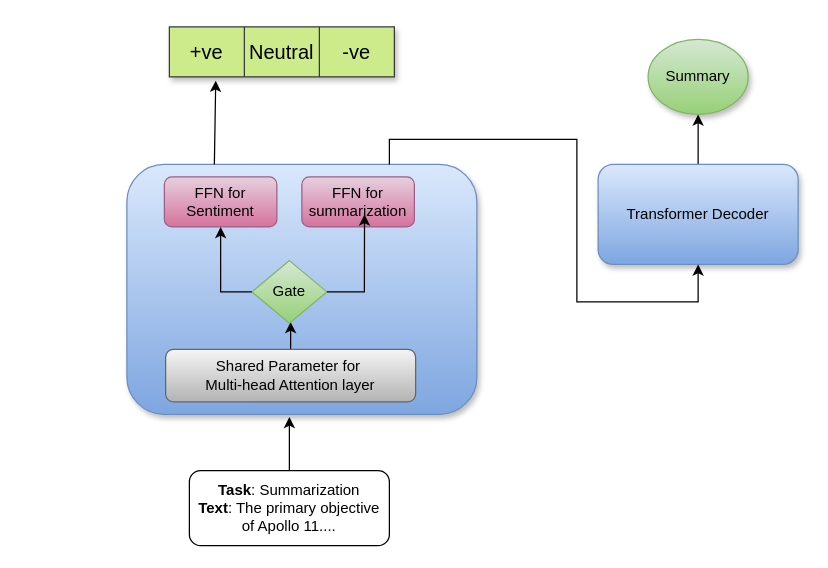
babangain/drawio keeps this draw.io diagram as transformer_isro.drawio. Above is the earlier version. Source tidied: cells renumbered, new cells numbered last; positions are measured from the earlier drawing's top-left corner, leaving out a move shared by most shapes. Both pictures are drawn from the tidied source at 125%, with x=0, y=0 at pixel (126, 26).
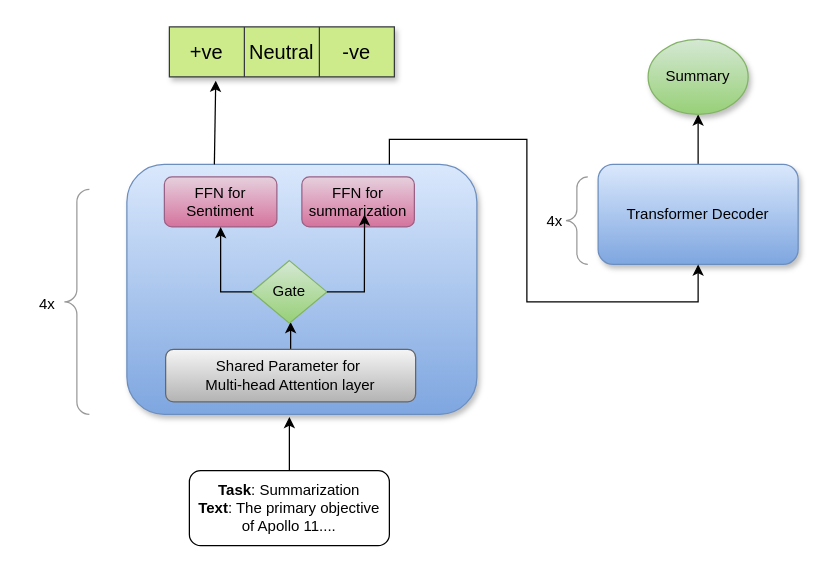
The same page after the edit.

Unchanged cells that the change refers to:
```xml
<mxCell id="2" value="&lt;div&gt;&lt;br&gt;&lt;/div&gt;" style="rounded=1;whiteSpace=wrap;html=1;shadow=1;glass=0;fillColor=#dae8fc;strokeColor=#6c8ebf;gradientColor=#7ea6e0;" parent="1" vertex="1">
  <mxGeometry y="110" width="280" height="200" as="geometry" />
</mxCell>
<mxCell id="4" value="&lt;div&gt;Transformer Decoder&lt;/div&gt;" style="rounded=1;whiteSpace=wrap;html=1;shadow=1;fillColor=#dae8fc;strokeColor=#6c8ebf;gradientColor=#7ea6e0;" parent="1" vertex="1">
  <mxGeometry x="377" y="110" width="160" height="80" as="geometry" />
</mxCell>
```

Diff of the diagram source:
```diff
@@
     <mxCell id="5" style="endArrow=classic;html=1;rounded=0;exitX=0.75;exitY=0;exitDx=0;exitDy=0;entryX=0.5;entryY=1;entryDx=0;entryDy=0;" parent="1" edge="1" source="2" target="4">
       <mxGeometry relative="1" as="geometry">
         <Array as="points">
           <mxPoint x="210" y="90" />
-          <mxPoint x="360" y="90" />
-          <mxPoint x="360" y="220" />
+          <mxPoint x="320" y="90" />
+          <mxPoint x="320" y="160" />
+          <mxPoint x="320" y="220" />
           <mxPoint x="457" y="220" />
         </Array>
       </mxGeometry>
     </mxCell>
@@
+    <mxCell id="22" style="labelPosition=right;align=left;strokeWidth=1;shape=mxgraph.mockup.markup.curlyBrace;html=1;shadow=0;dashed=0;strokeColor=#999999;direction=north;" parent="1" vertex="1">
+      <mxGeometry x="-50" y="130" width="20" height="180" as="geometry" />
+    </mxCell>
+    <mxCell id="23" value="4x" style="text;html=1;align=center;verticalAlign=middle;strokeColor=none;fillColor=none;" parent="1" vertex="1">
+      <mxGeometry x="-84" y="207" width="40" height="30" as="geometry" />
+    </mxCell>
+    <mxCell id="24" style="labelPosition=right;align=left;strokeWidth=1;shape=mxgraph.mockup.markup.curlyBrace;html=1;shadow=0;dashed=0;strokeColor=#999999;direction=north;" parent="1" vertex="1">
+      <mxGeometry x="350" y="120" width="20" height="70" as="geometry" />
+    </mxCell>
+    <mxCell id="25" value="4x" style="text;html=1;align=center;verticalAlign=middle;strokeColor=none;fillColor=none;" parent="1" vertex="1">
+      <mxGeometry x="322" y="141" width="40" height="30" as="geometry" />
+    </mxCell>
```
